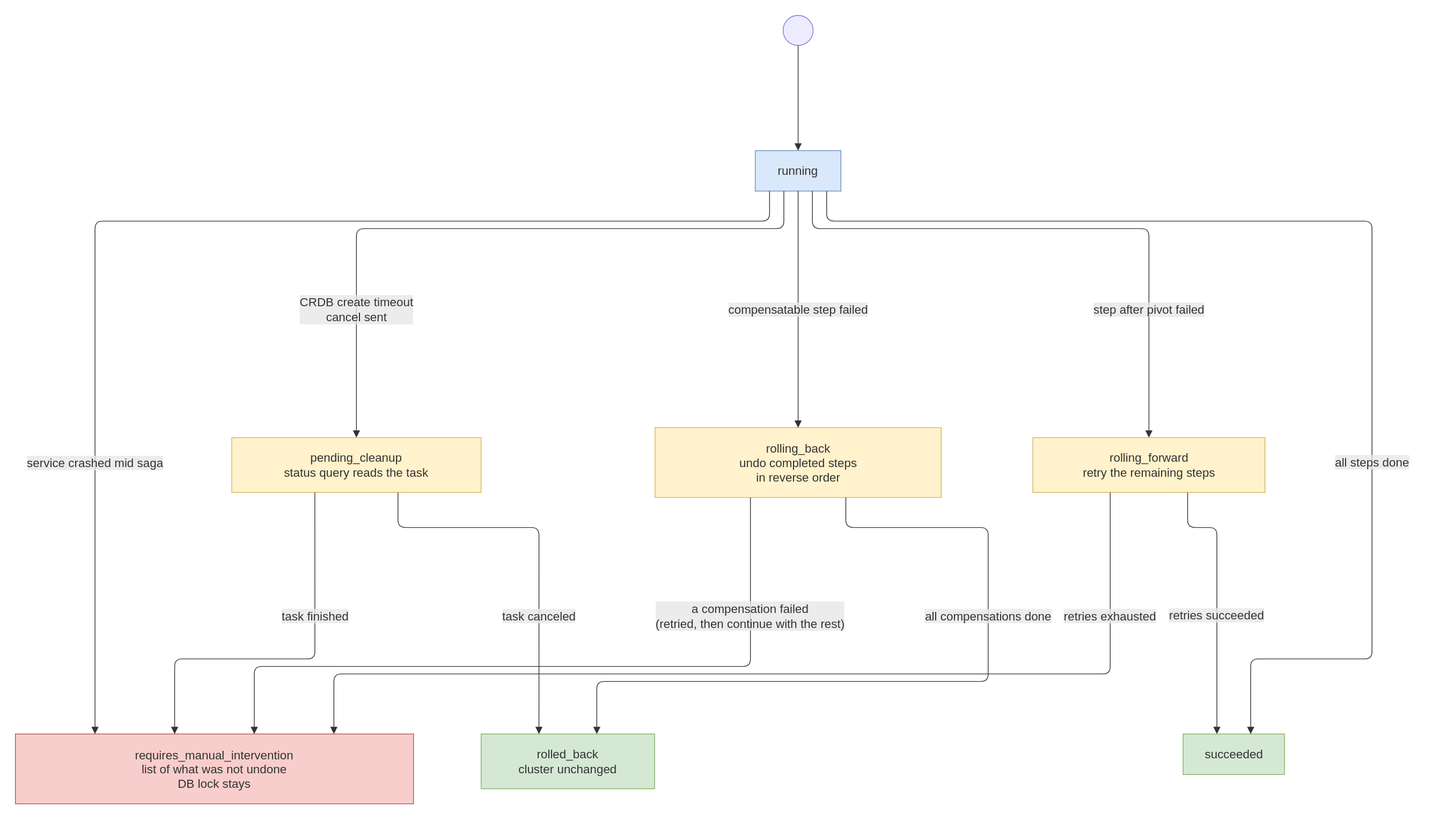
This is docs/dr/diagrams/10b-state-saga.drawio.svg from EliShteinman/redis-enterprise-services, a draw.io export, as it was before one commit. Source tidied: cells renumbered, new cells last; positions are measured from the earlier drawing's top-left corner, leaving out a move shared by most shapes.
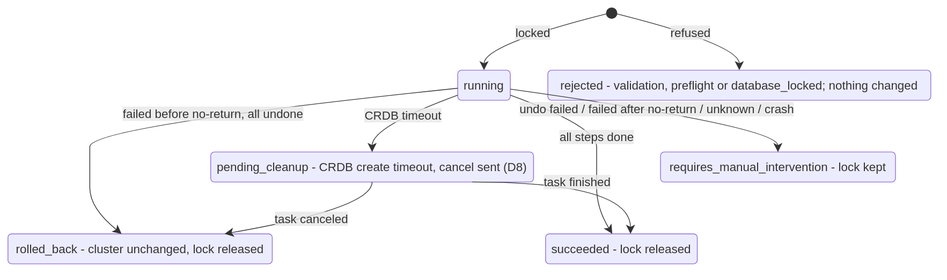
Later version of the same file.

Commit message:
docs(dr): components, classes, step and saga lifecycles redrawn from the built engine; step lifecycle source in saga.md matches the code

The edit, as a diff of the source:
```diff
@@ -2,138 +2,86 @@
   <root>
     <mxCell id="0" />
     <mxCell id="1" parent="0" />
-    <mxCell id="2" style="ellipse;html=1;strokeWidth=1;whiteSpace=wrap;fillColor=light-dark(#ECECFF,#1f2020);strokeColor=light-dark(#9370DB,#cccccc);fontColor=light-dark(#333333,#cccccc);fontFamily=Trebuchet MS,Verdana,Arial,sans-serif;fontSize=16;" parent="1" vertex="1">
-      <mxGeometry x="1022" width="40" height="40" as="geometry" />
+    <mxCell id="2" value="rejected - validation, preflight or database_locked; nothing changed" style="rounded=1;absoluteArcSize=1;arcSize=10;html=1;whiteSpace=wrap;strokeWidth=1;fillColor=light-dark(#ECECFF,#1f2020);strokeColor=light-dark(#9370DB,#cccccc);fontColor=light-dark(#333333,#cccccc);fontFamily=Trebuchet MS,Verdana,Arial,sans-serif;fontSize=16;" parent="1" vertex="1">
+      <mxGeometry x="715" y="79" width="510" height="40" as="geometry" />
     </mxCell>
-    <mxCell id="3" value="running" style="html=1;whiteSpace=wrap;strokeWidth=1;fillColor=#dae8fc;strokeColor=#6c8ebf;fontColor=light-dark(#333333,#cccccc);fontFamily=Trebuchet MS,Verdana,Arial,sans-serif;fontSize=16;" parent="1" vertex="1">
-      <mxGeometry x="985" y="180" width="114" height="54" as="geometry" />
+    <mxCell id="3" value="succeeded - lock released" style="rounded=1;absoluteArcSize=1;arcSize=10;html=1;whiteSpace=wrap;strokeWidth=1;fillColor=light-dark(#ECECFF,#1f2020);strokeColor=light-dark(#9370DB,#cccccc);fontColor=light-dark(#333333,#cccccc);fontFamily=Trebuchet MS,Verdana,Arial,sans-serif;fontSize=16;" parent="1" vertex="1">
+      <mxGeometry x="712" y="297" width="202" height="40" as="geometry" />
     </mxCell>
-    <mxCell id="4" value="succeeded" style="html=1;whiteSpace=wrap;strokeWidth=1;fillColor=#d5e8d4;strokeColor=#82b366;fontColor=light-dark(#333333,#cccccc);fontFamily=Trebuchet MS,Verdana,Arial,sans-serif;fontSize=16;" parent="1" vertex="1">
-      <mxGeometry x="1554.5" y="957" width="135" height="54" as="geometry" />
+    <mxCell id="4" value="rolled_back - cluster unchanged, lock released" style="rounded=1;absoluteArcSize=1;arcSize=10;html=1;whiteSpace=wrap;strokeWidth=1;fillColor=light-dark(#ECECFF,#1f2020);strokeColor=light-dark(#9370DB,#cccccc);fontColor=light-dark(#333333,#cccccc);fontFamily=Trebuchet MS,Verdana,Arial,sans-serif;fontSize=16;" parent="1" vertex="1">
+      <mxGeometry x="-4" y="297" width="352" height="40" as="geometry" />
     </mxCell>
-    <mxCell id="5" value="rolling_back&#10;undo completed steps&#10;in reverse order" style="html=1;whiteSpace=wrap;strokeWidth=1;fillColor=#fff2cc;strokeColor=#d6b656;fontColor=light-dark(#333333,#cccccc);fontFamily=Trebuchet MS,Verdana,Arial,sans-serif;fontSize=16;" parent="1" vertex="1">
-      <mxGeometry x="851.5" y="549" width="381" height="93" as="geometry" />
+    <mxCell id="5" value="requires_manual_intervention - lock kept" style="rounded=1;absoluteArcSize=1;arcSize=10;html=1;whiteSpace=wrap;strokeWidth=1;fillColor=light-dark(#ECECFF,#1f2020);strokeColor=light-dark(#9370DB,#cccccc);fontColor=light-dark(#333333,#cccccc);fontFamily=Trebuchet MS,Verdana,Arial,sans-serif;fontSize=16;" parent="1" vertex="1">
+      <mxGeometry x="865" y="188" width="313" height="40" as="geometry" />
     </mxCell>
-    <mxCell id="6" value="rolling_forward&#10;retry the remaining steps" style="html=1;whiteSpace=wrap;strokeWidth=1;fillColor=#fff2cc;strokeColor=#d6b656;fontColor=light-dark(#333333,#cccccc);fontFamily=Trebuchet MS,Verdana,Arial,sans-serif;fontSize=16;" parent="1" vertex="1">
-      <mxGeometry x="1354.5" y="562.3" width="309" height="73" as="geometry" />
+    <mxCell id="6" value="pending_cleanup - CRDB create timeout, cancel sent (D8)" style="rounded=1;absoluteArcSize=1;arcSize=10;html=1;whiteSpace=wrap;strokeWidth=1;fillColor=light-dark(#ECECFF,#1f2020);strokeColor=light-dark(#9370DB,#cccccc);fontColor=light-dark(#333333,#cccccc);fontFamily=Trebuchet MS,Verdana,Arial,sans-serif;fontSize=16;" parent="1" vertex="1">
+      <mxGeometry x="266" y="188" width="430" height="40" as="geometry" />
     </mxCell>
-    <mxCell id="7" value="pending_cleanup&#10;status query reads the task" style="html=1;whiteSpace=wrap;strokeWidth=1;fillColor=#fff2cc;strokeColor=#d6b656;fontColor=light-dark(#333333,#cccccc);fontFamily=Trebuchet MS,Verdana,Arial,sans-serif;fontSize=16;" parent="1" vertex="1">
-      <mxGeometry x="288" y="562.3" width="332" height="73" as="geometry" />
+    <mxCell id="7" style="ellipse;html=1;fillColor=light-dark(#333333,#cccccc);strokeColor=light-dark(#333333,#cccccc);fontColor=light-dark(#333333,#cccccc);fontFamily=Trebuchet MS,Verdana,Arial,sans-serif;fontSize=16;" parent="1" vertex="1">
+      <mxGeometry x="793" y="-4" width="14" height="14" as="geometry" />
     </mxCell>
-    <mxCell id="8" value="requires_manual_intervention&#10;list of what was not undone&#10;DB lock stays" style="html=1;whiteSpace=wrap;strokeWidth=1;fillColor=#f8cecc;strokeColor=#b85450;fontColor=light-dark(#333333,#cccccc);fontFamily=Trebuchet MS,Verdana,Arial,sans-serif;fontSize=16;" parent="1" vertex="1">
-      <mxGeometry y="957" width="530" height="93" as="geometry" />
+    <mxCell id="8" value="running" style="rounded=1;absoluteArcSize=1;arcSize=10;html=1;whiteSpace=wrap;strokeWidth=1;fillColor=light-dark(#ECECFF,#1f2020);strokeColor=light-dark(#9370DB,#cccccc);fontColor=light-dark(#333333,#cccccc);fontFamily=Trebuchet MS,Verdana,Arial,sans-serif;fontSize=16;" parent="1" vertex="1">
+      <mxGeometry x="595" y="79" width="70" height="40" as="geometry" />
     </mxCell>
-    <mxCell id="9" value="rolled_back&#10;cluster unchanged" style="html=1;whiteSpace=wrap;strokeWidth=1;fillColor=#d5e8d4;strokeColor=#82b366;fontColor=light-dark(#333333,#cccccc);fontFamily=Trebuchet MS,Verdana,Arial,sans-serif;fontSize=16;" parent="1" vertex="1">
-      <mxGeometry x="620" y="957" width="231" height="73" as="geometry" />
+    <mxCell id="9" value="refused" style="curved=1;startArrow=none;endArrow=classic;endSize=9;fillColor=none;strokeColor=light-dark(#333333,#cccccc);html=1;fontSize=16;labelBackgroundColor=#E8E8E88D;fontFamily=Trebuchet MS,Verdana,Arial,sans-serif;fontColor=light-dark(#333333,#cccccc);exitX=1;exitY=0.64;entryX=0.5;entryY=0;" parent="1" edge="1" source="7" target="2">
+      <mxGeometry relative="1" as="geometry">
+        <Array as="points">
+          <mxPoint x="970" y="45" />
+        </Array>
+      </mxGeometry>
     </mxCell>
-    <mxCell id="10" style="curved=0;startArrow=none;endArrow=block;endSize=7;strokeColor=light-dark(#333333,#cccccc);rounded=1;exitX=0.5;exitY=1;entryX=0.5;entryY=0;edgeStyle=orthogonalEdgeStyle;" parent="1" edge="1" source="2" target="3">
+    <mxCell id="10" value="locked" style="curved=1;startArrow=none;endArrow=classic;endSize=9;fillColor=none;strokeColor=light-dark(#333333,#cccccc);html=1;fontSize=16;labelBackgroundColor=#E8E8E88D;fontFamily=Trebuchet MS,Verdana,Arial,sans-serif;fontColor=light-dark(#333333,#cccccc);exitX=0;exitY=0.64;entryX=0.5;entryY=0;" parent="1" edge="1" source="7" target="8">
       <mxGeometry relative="1" as="geometry">
         <Array as="points">
-          <mxPoint x="1042" y="110" />
+          <mxPoint x="630" y="45" />
         </Array>
       </mxGeometry>
     </mxCell>
-    <mxCell id="11" value="all steps done" style="curved=0;startArrow=none;endArrow=block;endSize=7;strokeColor=light-dark(#333333,#cccccc);html=1;fontSize=16;labelBackgroundColor=light-dark(#E8E8E88D,#2a2a2a8D);fontFamily=Trebuchet MS,Verdana,Arial,sans-serif;fontColor=light-dark(#333333,#cccccc);rounded=1;exitX=0.8333;exitY=1;entryX=0.6667;entryY=0;edgeStyle=orthogonalEdgeStyle;" parent="1" edge="1" source="3" target="4">
+    <mxCell id="11" value="all steps done" style="curved=1;startArrow=none;endArrow=classic;endSize=9;fillColor=none;strokeColor=light-dark(#333333,#cccccc);html=1;fontSize=16;labelBackgroundColor=#E8E8E88D;fontFamily=Trebuchet MS,Verdana,Arial,sans-serif;fontColor=light-dark(#333333,#cccccc);exitX=1;exitY=0.83;entryX=0.44;entryY=0;" parent="1" edge="1" source="8" target="3">
       <mxGeometry relative="1" as="geometry">
         <Array as="points">
-          <mxPoint x="1080" y="274" />
-          <mxPoint x="1806" y="274" />
-          <mxPoint x="1806" y="857" />
-          <mxPoint x="1644.5" y="857" />
+          <mxPoint x="780" y="154" />
+          <mxPoint x="780" y="208" />
+          <mxPoint x="780" y="263" />
         </Array>
-        <mxPoint y="282.2" as="offset" />
       </mxGeometry>
     </mxCell>
-    <mxCell id="12" value="compensatable step failed" style="curved=0;startArrow=none;endArrow=block;endSize=7;strokeColor=light-dark(#333333,#cccccc);html=1;fontSize=16;labelBackgroundColor=light-dark(#E8E8E88D,#2a2a2a8D);fontFamily=Trebuchet MS,Verdana,Arial,sans-serif;fontColor=light-dark(#333333,#cccccc);rounded=1;exitX=0.5;exitY=1;entryX=0.5;entryY=0;edgeStyle=orthogonalEdgeStyle;" parent="1" edge="1" source="3" target="5">
+    <mxCell id="12" value="failed before no-return, all undone" style="curved=1;startArrow=none;endArrow=classic;endSize=9;fillColor=none;strokeColor=light-dark(#333333,#cccccc);html=1;fontSize=16;labelBackgroundColor=#E8E8E88D;fontFamily=Trebuchet MS,Verdana,Arial,sans-serif;fontColor=light-dark(#333333,#cccccc);exitX=0;exitY=0.6;entryX=0.43;entryY=0;" parent="1" edge="1" source="8" target="4">
       <mxGeometry relative="1" as="geometry">
         <Array as="points">
-          <mxPoint x="1042" y="391.5" />
+          <mxPoint x="105" y="154" />
+          <mxPoint x="105" y="208" />
+          <mxPoint x="105" y="263" />
         </Array>
       </mxGeometry>
     </mxCell>
-    <mxCell id="13" value="step after pivot failed" style="curved=0;startArrow=none;endArrow=block;endSize=7;strokeColor=light-dark(#333333,#cccccc);html=1;fontSize=16;labelBackgroundColor=light-dark(#E8E8E88D,#2a2a2a8D);fontFamily=Trebuchet MS,Verdana,Arial,sans-serif;fontColor=light-dark(#333333,#cccccc);rounded=1;exitX=0.6667;exitY=1;entryX=0.5;entryY=0;edgeStyle=orthogonalEdgeStyle;" parent="1" edge="1" source="3" target="6">
+    <mxCell id="13" value="undo failed / failed after no-return / unknown / crash" style="curved=1;startArrow=none;endArrow=classic;endSize=9;fillColor=none;strokeColor=light-dark(#333333,#cccccc);html=1;fontSize=16;labelBackgroundColor=#E8E8E88D;fontFamily=Trebuchet MS,Verdana,Arial,sans-serif;fontColor=light-dark(#333333,#cccccc);exitX=1;exitY=0.63;entryX=0.5;entryY=0;" parent="1" edge="1" source="8" target="5">
       <mxGeometry relative="1" as="geometry">
         <Array as="points">
-          <mxPoint x="1061" y="284" />
-          <mxPoint x="1509" y="284" />
+          <mxPoint x="1021" y="154" />
         </Array>
-        <mxPoint x="109.8" y="107.5" as="offset" />
       </mxGeometry>
     </mxCell>
-    <mxCell id="14" value="CRDB create timeout&#10;cancel sent" style="curved=0;startArrow=none;endArrow=block;endSize=7;strokeColor=light-dark(#333333,#cccccc);html=1;fontSize=16;labelBackgroundColor=light-dark(#E8E8E88D,#2a2a2a8D);fontFamily=Trebuchet MS,Verdana,Arial,sans-serif;fontColor=light-dark(#333333,#cccccc);rounded=1;exitX=0.3333;exitY=1;entryX=0.5;entryY=0;edgeStyle=orthogonalEdgeStyle;" parent="1" edge="1" source="3" target="7">
+    <mxCell id="14" value="CRDB timeout" style="curved=1;startArrow=none;endArrow=classic;endSize=9;fillColor=none;strokeColor=light-dark(#333333,#cccccc);html=1;fontSize=16;labelBackgroundColor=#E8E8E88D;fontFamily=Trebuchet MS,Verdana,Arial,sans-serif;fontColor=light-dark(#333333,#cccccc);exitX=0;exitY=0.83;entryX=0.5;entryY=0;" parent="1" edge="1" source="8" target="6">
       <mxGeometry relative="1" as="geometry">
         <Array as="points">
-          <mxPoint x="1023" y="284" />
-          <mxPoint x="454" y="284" />
+          <mxPoint x="481" y="154" />
         </Array>
-        <mxPoint x="-170.3" y="107.5" as="offset" />
       </mxGeometry>
     </mxCell>
-    <mxCell id="15" value="service crashed mid saga" style="curved=0;startArrow=none;endArrow=block;endSize=7;strokeColor=light-dark(#333333,#cccccc);html=1;fontSize=16;labelBackgroundColor=light-dark(#E8E8E88D,#2a2a2a8D);fontFamily=Trebuchet MS,Verdana,Arial,sans-serif;fontColor=light-dark(#333333,#cccccc);rounded=1;exitX=0.1667;exitY=1;entryX=0.2;entryY=0;edgeStyle=orthogonalEdgeStyle;" parent="1" edge="1" source="3" target="8">
+    <mxCell id="15" value="task canceled" style="curved=1;startArrow=none;endArrow=classic;endSize=9;fillColor=none;strokeColor=light-dark(#333333,#cccccc);html=1;fontSize=16;labelBackgroundColor=#E8E8E88D;fontFamily=Trebuchet MS,Verdana,Arial,sans-serif;fontColor=light-dark(#333333,#cccccc);exitX=0.5;exitY=1;entryX=0.82;entryY=0;" parent="1" edge="1" source="6" target="4">
       <mxGeometry relative="1" as="geometry">
         <Array as="points">
-          <mxPoint x="1004" y="274" />
-          <mxPoint x="106" y="274" />
-          <mxPoint x="106" y="799.5" />
+          <mxPoint x="481" y="263" />
         </Array>
-        <mxPoint x="-127.5" y="321.5" as="offset" />
       </mxGeometry>
     </mxCell>
-    <mxCell id="16" value="all compensations done" style="curved=0;startArrow=none;endArrow=block;endSize=7;strokeColor=light-dark(#333333,#cccccc);html=1;fontSize=16;labelBackgroundColor=light-dark(#E8E8E88D,#2a2a2a8D);fontFamily=Trebuchet MS,Verdana,Arial,sans-serif;fontColor=light-dark(#333333,#cccccc);rounded=1;exitX=0.6667;exitY=1;entryX=0.6667;entryY=0;edgeStyle=orthogonalEdgeStyle;" parent="1" edge="1" source="5" target="9">
+    <mxCell id="16" value="task finished" style="curved=1;startArrow=none;endArrow=classic;endSize=9;fillColor=none;strokeColor=light-dark(#333333,#cccccc);html=1;fontSize=16;labelBackgroundColor=#E8E8E88D;fontFamily=Trebuchet MS,Verdana,Arial,sans-serif;fontColor=light-dark(#333333,#cccccc);exitX=0.81;exitY=1;entryX=0.56;entryY=0;" parent="1" edge="1" source="6" target="3">
       <mxGeometry relative="1" as="geometry">
         <Array as="points">
-          <mxPoint x="1105.5" y="682" />
-          <mxPoint x="1295" y="682" />
-          <mxPoint x="1295" y="887" />
-          <mxPoint x="774" y="887" />
+          <mxPoint x="825" y="228" />
         </Array>
-        <mxPoint x="78.2" y="-87.5" as="offset" />
       </mxGeometry>
     </mxCell>
-    <mxCell id="17" value="a compensation failed&#10;(retried, then continue with the rest)" style="curved=0;startArrow=none;endArrow=block;endSize=7;strokeColor=light-dark(#333333,#cccccc);html=1;fontSize=16;labelBackgroundColor=light-dark(#E8E8E88D,#2a2a2a8D);fontFamily=Trebuchet MS,Verdana,Arial,sans-serif;fontColor=light-dark(#333333,#cccccc);rounded=1;exitX=0.3333;exitY=1;entryX=0.6;entryY=0;edgeStyle=orthogonalEdgeStyle;" parent="1" edge="1" source="5" target="8">
-      <mxGeometry relative="1" as="geometry">
-        <Array as="points">
-          <mxPoint x="978.5" y="867" />
-          <mxPoint x="318" y="867" />
-        </Array>
-        <mxPoint x="262.8" y="-67.5" as="offset" />
-      </mxGeometry>
-    </mxCell>
-    <mxCell id="18" value="retries succeeded" style="curved=0;startArrow=none;endArrow=block;endSize=7;strokeColor=light-dark(#333333,#cccccc);html=1;fontSize=16;labelBackgroundColor=light-dark(#E8E8E88D,#2a2a2a8D);fontFamily=Trebuchet MS,Verdana,Arial,sans-serif;fontColor=light-dark(#333333,#cccccc);rounded=1;exitX=0.6667;exitY=1;entryX=0.3333;entryY=0;edgeStyle=orthogonalEdgeStyle;" parent="1" edge="1" source="6" target="4">
-      <mxGeometry relative="1" as="geometry">
-        <Array as="points">
-          <mxPoint x="1560.5" y="682" />
-          <mxPoint x="1599.5" y="682" />
-        </Array>
-        <mxPoint y="22.8" as="offset" />
-      </mxGeometry>
-    </mxCell>
-    <mxCell id="19" value="retries exhausted" style="curved=0;startArrow=none;endArrow=block;endSize=7;strokeColor=light-dark(#333333,#cccccc);html=1;fontSize=16;labelBackgroundColor=light-dark(#E8E8E88D,#2a2a2a8D);fontFamily=Trebuchet MS,Verdana,Arial,sans-serif;fontColor=light-dark(#333333,#cccccc);rounded=1;exitX=0.3333;exitY=1;entryX=0.8;entryY=0;edgeStyle=orthogonalEdgeStyle;" parent="1" edge="1" source="6" target="8">
-      <mxGeometry relative="1" as="geometry">
-        <Array as="points">
-          <mxPoint x="1457.5" y="877" />
-          <mxPoint x="424" y="877" />
-        </Array>
-        <mxPoint x="435.9" y="-77.5" as="offset" />
-      </mxGeometry>
-    </mxCell>
-    <mxCell id="20" value="task canceled" style="curved=0;startArrow=none;endArrow=block;endSize=7;strokeColor=light-dark(#333333,#cccccc);html=1;fontSize=16;labelBackgroundColor=light-dark(#E8E8E88D,#2a2a2a8D);fontFamily=Trebuchet MS,Verdana,Arial,sans-serif;fontColor=light-dark(#333333,#cccccc);rounded=1;exitX=0.6667;exitY=1;entryX=0.3333;entryY=0;edgeStyle=orthogonalEdgeStyle;" parent="1" edge="1" source="7" target="9">
-      <mxGeometry relative="1" as="geometry">
-        <Array as="points">
-          <mxPoint x="509.3" y="682" />
-          <mxPoint x="697" y="682" />
-        </Array>
-        <mxPoint y="97.2" as="offset" />
-      </mxGeometry>
-    </mxCell>
-    <mxCell id="21" value="task finished" style="curved=0;startArrow=none;endArrow=block;endSize=7;strokeColor=light-dark(#333333,#cccccc);html=1;fontSize=16;labelBackgroundColor=light-dark(#E8E8E88D,#2a2a2a8D);fontFamily=Trebuchet MS,Verdana,Arial,sans-serif;fontColor=light-dark(#333333,#cccccc);rounded=1;exitX=0.3333;exitY=1;entryX=0.4;entryY=0;edgeStyle=orthogonalEdgeStyle;" parent="1" edge="1" source="7" target="8">
-      <mxGeometry relative="1" as="geometry">
-        <Array as="points">
-          <mxPoint x="398.7" y="857" />
-          <mxPoint x="212" y="857" />
-        </Array>
-        <mxPoint x="32.5" y="-57.5" as="offset" />
-      </mxGeometry>
-    </mxCell>
   </root>
 </mxGraphModel>
```
